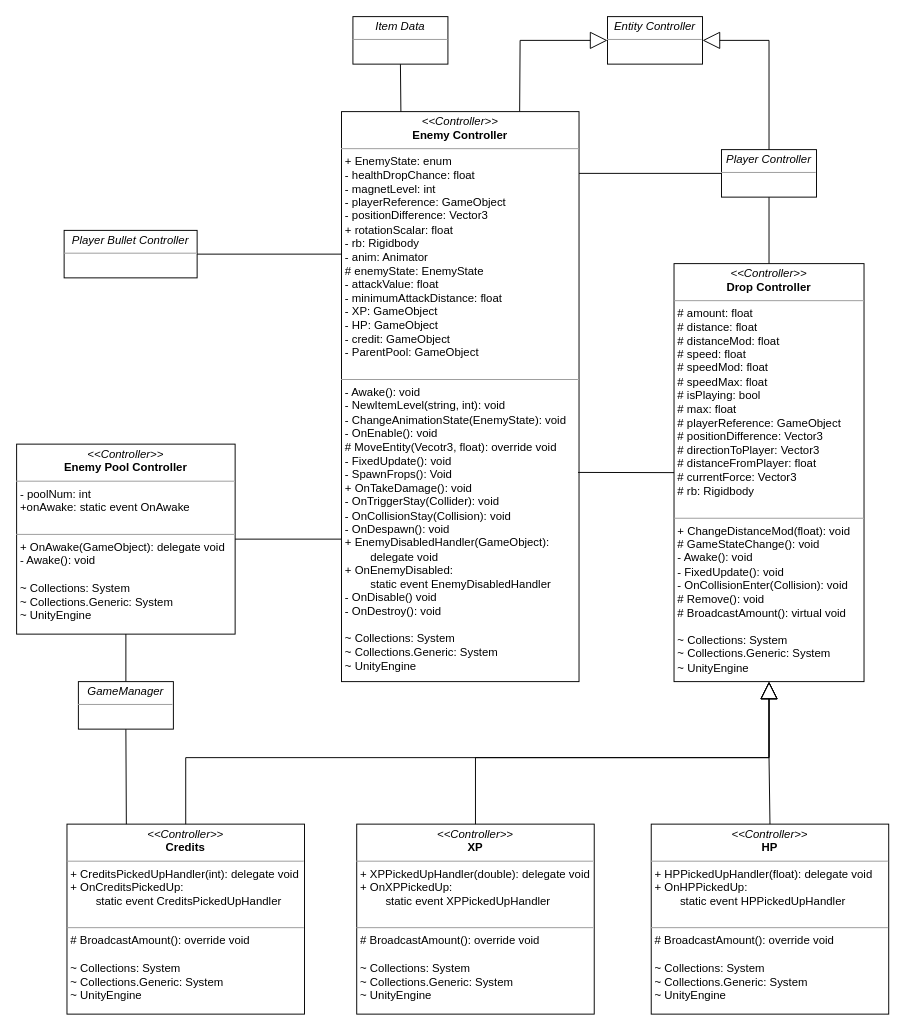
The draw.io diagram page "Enemy" (3 of 5) of Documentation files/Class Diagram.drawio in Ulibomber1/Middlespace-Survivor, before the edit. Source tidied: cells renumbered, new cells numbered last; positions are measured from the earlier drawing's top-left corner, leaving out a move shared by most shapes. Both pictures are drawn from the tidied source at 95%, with x=0, y=0 at pixel (16, 16).
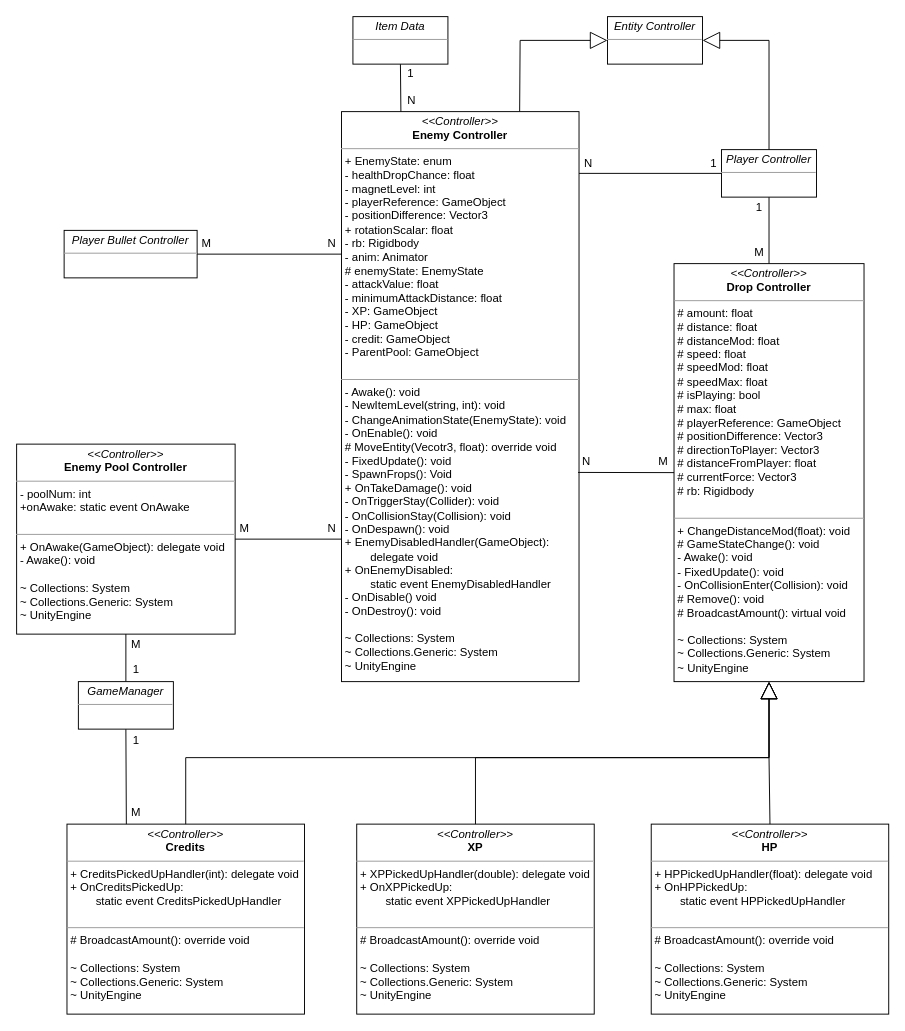
The same diagram, later.

Change to the diagram source:
```diff
@@
+    <mxCell id="26" value="N" style="text;html=1;strokeColor=none;fillColor=none;align=center;verticalAlign=middle;whiteSpace=wrap;rounded=0;" parent="1" vertex="1">
+      <mxGeometry x="302" y="224" width="60" height="30" as="geometry" />
+    </mxCell>
+    <mxCell id="27" value="1" style="text;html=1;strokeColor=none;fillColor=none;align=center;verticalAlign=middle;whiteSpace=wrap;rounded=0;" parent="1" vertex="1">
+      <mxGeometry x="385" y="45" width="60" height="30" as="geometry" />
+    </mxCell>
+    <mxCell id="28" value="M" style="text;html=1;strokeColor=none;fillColor=none;align=center;verticalAlign=middle;whiteSpace=wrap;rounded=0;" parent="1" vertex="1">
+      <mxGeometry x="170" y="224" width="60" height="30" as="geometry" />
+    </mxCell>
+    <mxCell id="29" value="M" style="text;html=1;strokeColor=none;fillColor=none;align=center;verticalAlign=middle;whiteSpace=wrap;rounded=0;" parent="1" vertex="1">
+      <mxGeometry x="210" y="524" width="60" height="30" as="geometry" />
+    </mxCell>
+    <mxCell id="30" value="N" style="text;html=1;strokeColor=none;fillColor=none;align=center;verticalAlign=middle;whiteSpace=wrap;rounded=0;" parent="1" vertex="1">
+      <mxGeometry x="302" y="524" width="60" height="30" as="geometry" />
+    </mxCell>
+    <mxCell id="31" value="N" style="text;html=1;strokeColor=none;fillColor=none;align=center;verticalAlign=middle;whiteSpace=wrap;rounded=0;" parent="1" vertex="1">
+      <mxGeometry x="386" y="74" width="60" height="30" as="geometry" />
+    </mxCell>
+    <mxCell id="32" value="M" style="text;html=1;strokeColor=none;fillColor=none;align=center;verticalAlign=middle;whiteSpace=wrap;rounded=0;fontStyle=0;" parent="1" vertex="1">
+      <mxGeometry x="96" y="646" width="60" height="30" as="geometry" />
+    </mxCell>
+    <mxCell id="33" value="1" style="text;html=1;strokeColor=none;fillColor=none;align=center;verticalAlign=middle;whiteSpace=wrap;rounded=0;fontStyle=0;" parent="1" vertex="1">
+      <mxGeometry x="96" y="672" width="60" height="30" as="geometry" />
+    </mxCell>
+    <mxCell id="34" value="N" style="text;html=1;strokeColor=none;fillColor=none;align=center;verticalAlign=middle;whiteSpace=wrap;rounded=0;" parent="1" vertex="1">
+      <mxGeometry x="570" y="454" width="60" height="30" as="geometry" />
+    </mxCell>
+    <mxCell id="35" value="M" style="text;html=1;strokeColor=none;fillColor=none;align=center;verticalAlign=middle;whiteSpace=wrap;rounded=0;" parent="1" vertex="1">
+      <mxGeometry x="651" y="453" width="60" height="30" as="geometry" />
+    </mxCell>
+    <mxCell id="36" value="N" style="text;html=1;strokeColor=none;fillColor=none;align=center;verticalAlign=middle;whiteSpace=wrap;rounded=0;" parent="1" vertex="1">
+      <mxGeometry x="572" y="140" width="60" height="30" as="geometry" />
+    </mxCell>
+    <mxCell id="37" value="1" style="text;html=1;strokeColor=none;fillColor=none;align=center;verticalAlign=middle;whiteSpace=wrap;rounded=0;" parent="1" vertex="1">
+      <mxGeometry x="704" y="140" width="60" height="30" as="geometry" />
+    </mxCell>
+    <mxCell id="38" value="1" style="text;html=1;strokeColor=none;fillColor=none;align=center;verticalAlign=middle;whiteSpace=wrap;rounded=0;" parent="1" vertex="1">
+      <mxGeometry x="752" y="186" width="60" height="30" as="geometry" />
+    </mxCell>
+    <mxCell id="39" value="M" style="text;html=1;strokeColor=none;fillColor=none;align=center;verticalAlign=middle;whiteSpace=wrap;rounded=0;" parent="1" vertex="1">
+      <mxGeometry x="752" y="233" width="60" height="30" as="geometry" />
+    </mxCell>
+    <mxCell id="40" value="1" style="text;html=1;strokeColor=none;fillColor=none;align=center;verticalAlign=middle;whiteSpace=wrap;rounded=0;fontStyle=0;" parent="1" vertex="1">
+      <mxGeometry x="96" y="747" width="60" height="30" as="geometry" />
+    </mxCell>
+    <mxCell id="41" value="M" style="text;html=1;strokeColor=none;fillColor=none;align=center;verticalAlign=middle;whiteSpace=wrap;rounded=0;fontStyle=0;" parent="1" vertex="1">
+      <mxGeometry x="96" y="823" width="60" height="30" as="geometry" />
+    </mxCell>
```
